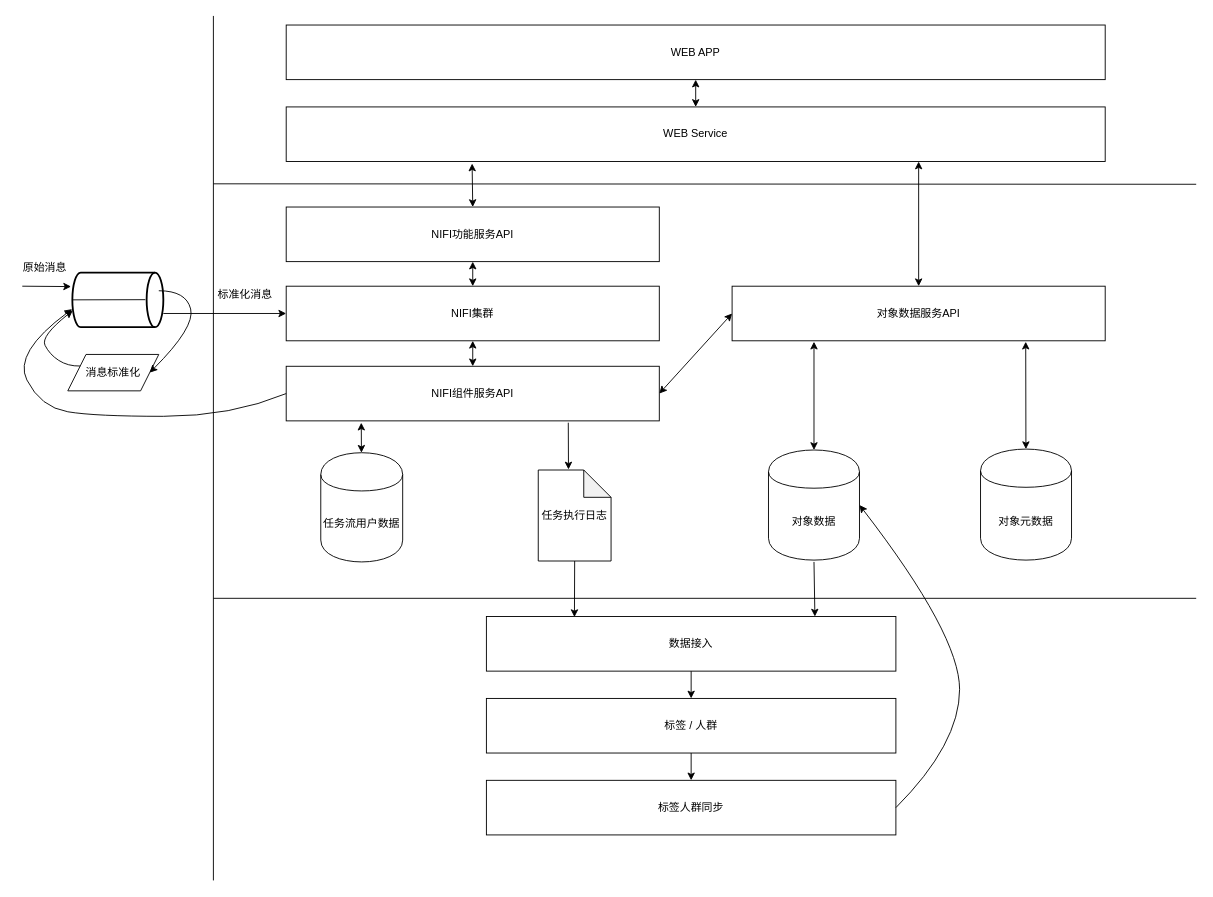
The draw.io diagram MA_system_dataflow.drawio in superjoeye/adhoc, before the edit. Source tidied: cells renumbered, new cells numbered last; positions are measured from the earlier drawing's top-left corner, leaving out a move shared by most shapes. Both pictures are drawn from the tidied source at 91%, with x=0, y=0 at pixel (13, 15).
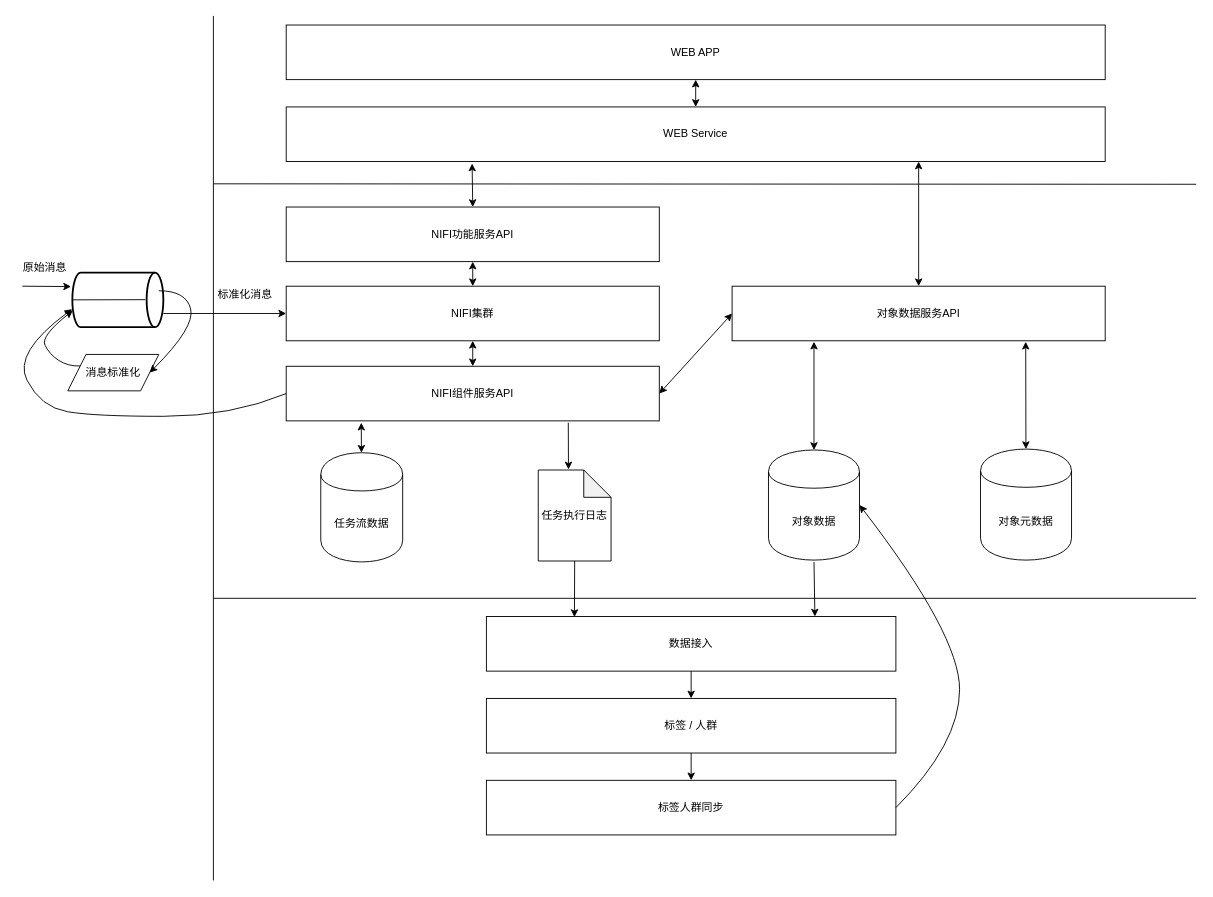
The same page after the edit.

The edit, as a diff of the source:
```diff
@@
-    <mxCell id="30" value="任务流用户数据" style="shape=cylinder;whiteSpace=wrap;html=1;boundedLbl=1;backgroundOutline=1;" parent="1" vertex="1">
+    <mxCell id="30" value="任务流数据" style="shape=cylinder;whiteSpace=wrap;html=1;boundedLbl=1;backgroundOutline=1;" parent="1" vertex="1">
       <mxGeometry x="338" y="480" width="90" height="120" as="geometry" />
     </mxCell>
```
